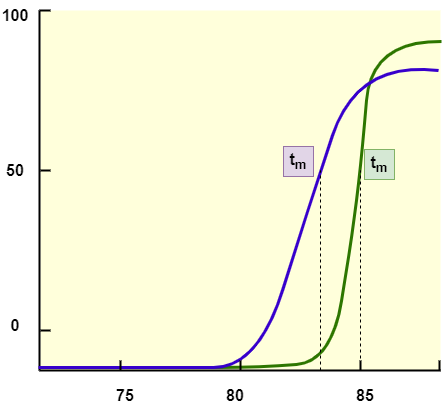
Earlier version of the draw.io export experiment/images/tm_curve.png (virtual-labs/exp-physical-chemical-properties-proteins-dna-iitkgp). Source tidied: cells renumbered, new cells last; positions are measured from the earlier drawing's top-left corner, leaving out a move shared by most shapes. Its diagram source:
```xml
<mxGraphModel>
  <root>
    <mxCell id="0" />
    <mxCell id="1" parent="0" />
    <mxCell id="2" style="rounded=0;whiteSpace=wrap;html=1;fillColor=#ffff88;strokeColor=none;opacity=30;" parent="1" vertex="1">
      <mxGeometry x="40" y="10" width="400" height="360" as="geometry" />
    </mxCell>
    <mxCell id="3" style="endArrow=none;html=1;rounded=0;strokeWidth=2;" parent="1" edge="1">
      <mxGeometry relative="1" as="geometry">
        <mxPoint x="39" y="370" as="sourcePoint" />
        <mxPoint x="39" y="10" as="targetPoint" />
      </mxGeometry>
    </mxCell>
    <mxCell id="4" style="endArrow=none;html=1;rounded=0;strokeWidth=2;" parent="1" edge="1">
      <mxGeometry relative="1" as="geometry">
        <mxPoint x="39" y="370" as="sourcePoint" />
        <mxPoint x="440" y="370" as="targetPoint" />
      </mxGeometry>
    </mxCell>
    <mxCell id="5" style="curved=1;endArrow=none;html=1;rounded=0;endFill=0;fillColor=#60a917;strokeColor=#2D7600;strokeWidth=3;" parent="1" edge="1">
      <mxGeometry relative="1" as="geometry">
        <mxPoint x="41" y="367" as="sourcePoint" />
        <mxPoint x="441" y="41" as="targetPoint" />
        <Array as="points">
          <mxPoint x="171" y="367" />
          <mxPoint x="261" y="367" />
          <mxPoint x="331" y="361" />
          <mxPoint x="351" y="240" />
          <mxPoint x="361" y="160" />
          <mxPoint x="371" y="40" />
        </Array>
      </mxGeometry>
    </mxCell>
    <mxCell id="6" style="curved=1;endArrow=none;html=1;rounded=0;endFill=0;fillColor=#6a00ff;strokeColor=#3700CC;strokeWidth=3;" parent="1" edge="1">
      <mxGeometry relative="1" as="geometry">
        <mxPoint x="38" y="367" as="sourcePoint" />
        <mxPoint x="438" y="70" as="targetPoint" />
        <Array as="points">
          <mxPoint x="168" y="367" />
          <mxPoint x="258" y="367" />
          <mxPoint x="307" y="210" />
          <mxPoint x="357" y="60" />
        </Array>
      </mxGeometry>
    </mxCell>
    <mxCell id="7" style="endArrow=none;html=1;rounded=0;strokeWidth=2;" parent="1" edge="1">
      <mxGeometry relative="1" as="geometry">
        <mxPoint x="39" y="10" as="sourcePoint" />
        <mxPoint x="50" y="10" as="targetPoint" />
      </mxGeometry>
    </mxCell>
    <mxCell id="8" style="endArrow=none;html=1;rounded=0;strokeWidth=2;" parent="1" edge="1">
      <mxGeometry relative="1" as="geometry">
        <mxPoint x="40" y="170" as="sourcePoint" />
        <mxPoint x="50" y="170" as="targetPoint" />
      </mxGeometry>
    </mxCell>
    <mxCell id="9" style="endArrow=none;html=1;rounded=0;strokeWidth=2;" parent="1" edge="1">
      <mxGeometry relative="1" as="geometry">
        <mxPoint x="40" y="330" as="sourcePoint" />
        <mxPoint x="50" y="330" as="targetPoint" />
      </mxGeometry>
    </mxCell>
    <mxCell id="10" style="endArrow=none;html=1;rounded=0;strokeWidth=2;" parent="1" edge="1">
      <mxGeometry relative="1" as="geometry">
        <mxPoint x="120" y="360" as="sourcePoint" />
        <mxPoint x="120" y="370" as="targetPoint" />
      </mxGeometry>
    </mxCell>
    <mxCell id="11" style="endArrow=none;html=1;rounded=0;strokeWidth=2;" parent="1" edge="1">
      <mxGeometry relative="1" as="geometry">
        <mxPoint x="240" y="360" as="sourcePoint" />
        <mxPoint x="240" y="370" as="targetPoint" />
      </mxGeometry>
    </mxCell>
    <mxCell id="12" style="endArrow=none;html=1;rounded=0;strokeWidth=2;" parent="1" edge="1">
      <mxGeometry relative="1" as="geometry">
        <mxPoint x="360" y="360" as="sourcePoint" />
        <mxPoint x="360" y="370" as="targetPoint" />
      </mxGeometry>
    </mxCell>
    <mxCell id="13" style="endArrow=none;html=1;rounded=0;strokeWidth=2;" parent="1" edge="1">
      <mxGeometry relative="1" as="geometry">
        <mxPoint x="439" y="360" as="sourcePoint" />
        <mxPoint x="439" y="370" as="targetPoint" />
      </mxGeometry>
    </mxCell>
    <mxCell id="14" value="&lt;b&gt;&lt;font style=&quot;font-size: 16px;&quot;&gt;50&lt;/font&gt;&lt;/b&gt;" style="text;html=1;strokeColor=none;fillColor=none;align=center;verticalAlign=middle;whiteSpace=wrap;rounded=0;" parent="1" vertex="1">
      <mxGeometry y="155" width="30" height="30" as="geometry" />
    </mxCell>
    <mxCell id="15" value="&lt;b&gt;&lt;font style=&quot;font-size: 16px;&quot;&gt;0&lt;/font&gt;&lt;/b&gt;" style="text;html=1;strokeColor=none;fillColor=none;align=center;verticalAlign=middle;whiteSpace=wrap;rounded=0;" parent="1" vertex="1">
      <mxGeometry y="310" width="30" height="30" as="geometry" />
    </mxCell>
    <mxCell id="16" value="&lt;b&gt;&lt;font style=&quot;font-size: 16px;&quot;&gt;100&lt;/font&gt;&lt;/b&gt;" style="text;html=1;strokeColor=none;fillColor=none;align=center;verticalAlign=middle;whiteSpace=wrap;rounded=0;" parent="1" vertex="1">
      <mxGeometry width="30" height="30" as="geometry" />
    </mxCell>
    <mxCell id="17" value="&lt;b&gt;&lt;font style=&quot;font-size: 16px;&quot;&gt;75&lt;/font&gt;&lt;/b&gt;" style="text;html=1;strokeColor=none;fillColor=none;align=center;verticalAlign=middle;whiteSpace=wrap;rounded=0;" parent="1" vertex="1">
      <mxGeometry x="110" y="380" width="30" height="30" as="geometry" />
    </mxCell>
    <mxCell id="18" value="&lt;b&gt;&lt;font style=&quot;font-size: 16px;&quot;&gt;80&lt;/font&gt;&lt;/b&gt;" style="text;html=1;strokeColor=none;fillColor=none;align=center;verticalAlign=middle;whiteSpace=wrap;rounded=0;" parent="1" vertex="1">
      <mxGeometry x="220" y="380" width="30" height="30" as="geometry" />
    </mxCell>
    <mxCell id="19" value="&lt;b&gt;&lt;font style=&quot;font-size: 16px;&quot;&gt;85&lt;/font&gt;&lt;/b&gt;" style="text;html=1;strokeColor=none;fillColor=none;align=center;verticalAlign=middle;whiteSpace=wrap;rounded=0;" parent="1" vertex="1">
      <mxGeometry x="350" y="380" width="30" height="30" as="geometry" />
    </mxCell>
    <mxCell id="20" style="endArrow=none;dashed=1;html=1;rounded=0;" parent="1" edge="1">
      <mxGeometry relative="1" as="geometry">
        <mxPoint x="320" y="370" as="sourcePoint" />
        <mxPoint x="320" y="170" as="targetPoint" />
      </mxGeometry>
    </mxCell>
    <mxCell id="21" style="endArrow=none;dashed=1;html=1;rounded=0;" parent="1" edge="1">
      <mxGeometry relative="1" as="geometry">
        <mxPoint x="360" y="370" as="sourcePoint" />
        <mxPoint x="360" y="170" as="targetPoint" />
      </mxGeometry>
    </mxCell>
    <mxCell id="22" value="&lt;b&gt;&lt;font style=&quot;font-size: 16px;&quot;&gt;t&lt;sub&gt;m&lt;/sub&gt;&lt;/font&gt;&lt;/b&gt;" style="text;html=1;strokeColor=#9673a6;fillColor=#e1d5e7;align=center;verticalAlign=middle;whiteSpace=wrap;rounded=0;" parent="1" vertex="1">
      <mxGeometry x="283" y="146" width="30" height="30" as="geometry" />
    </mxCell>
    <mxCell id="23" value="&lt;b&gt;&lt;font style=&quot;font-size: 16px;&quot;&gt;t&lt;sub&gt;m&lt;/sub&gt;&lt;/font&gt;&lt;/b&gt;" style="text;html=1;strokeColor=#82b366;fillColor=#d5e8d4;align=center;verticalAlign=middle;whiteSpace=wrap;rounded=0;" parent="1" vertex="1">
      <mxGeometry x="364" y="149" width="30" height="30" as="geometry" />
    </mxCell>
  </root>
</mxGraphModel>
```
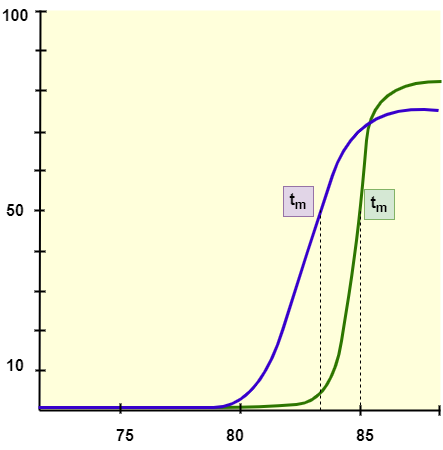
The same file after the commit.

Diff of the diagram source:
```diff
@@ -3,12 +3,12 @@
     <mxCell id="0" />
     <mxCell id="1" parent="0" />
     <mxCell id="2" style="rounded=0;whiteSpace=wrap;html=1;fillColor=#ffff88;strokeColor=none;opacity=30;" parent="1" vertex="1">
-      <mxGeometry x="40" y="10" width="400" height="360" as="geometry" />
+      <mxGeometry x="40" y="-30" width="400" height="400" as="geometry" />
     </mxCell>
     <mxCell id="3" style="endArrow=none;html=1;rounded=0;strokeWidth=2;" parent="1" edge="1">
       <mxGeometry relative="1" as="geometry">
         <mxPoint x="39" y="370" as="sourcePoint" />
-        <mxPoint x="39" y="10" as="targetPoint" />
+        <mxPoint x="40" y="-30" as="targetPoint" />
       </mxGeometry>
     </mxCell>
     <mxCell id="4" style="endArrow=none;html=1;rounded=0;strokeWidth=2;" parent="1" edge="1">
@@ -45,55 +45,52 @@
     </mxCell>
     <mxCell id="7" style="endArrow=none;html=1;rounded=0;strokeWidth=2;" parent="1" edge="1">
       <mxGeometry relative="1" as="geometry">
-        <mxPoint x="39" y="10" as="sourcePoint" />
-        <mxPoint x="50" y="10" as="targetPoint" />
+        <mxPoint x="35" y="10" as="sourcePoint" />
+        <mxPoint x="46" y="10" as="targetPoint" />
       </mxGeometry>
     </mxCell>
     <mxCell id="8" style="endArrow=none;html=1;rounded=0;strokeWidth=2;" parent="1" edge="1">
       <mxGeometry relative="1" as="geometry">
-        <mxPoint x="40" y="170" as="sourcePoint" />
-        <mxPoint x="50" y="170" as="targetPoint" />
+        <mxPoint x="34" y="170" as="sourcePoint" />
+        <mxPoint x="44" y="170" as="targetPoint" />
       </mxGeometry>
     </mxCell>
     <mxCell id="9" style="endArrow=none;html=1;rounded=0;strokeWidth=2;" parent="1" edge="1">
       <mxGeometry relative="1" as="geometry">
-        <mxPoint x="40" y="330" as="sourcePoint" />
-        <mxPoint x="50" y="330" as="targetPoint" />
+        <mxPoint x="35" y="330" as="sourcePoint" />
+        <mxPoint x="45" y="330" as="targetPoint" />
       </mxGeometry>
     </mxCell>
     <mxCell id="10" style="endArrow=none;html=1;rounded=0;strokeWidth=2;" parent="1" edge="1">
       <mxGeometry relative="1" as="geometry">
-        <mxPoint x="120" y="360" as="sourcePoint" />
-        <mxPoint x="120" y="370" as="targetPoint" />
+        <mxPoint x="120" y="363" as="sourcePoint" />
+        <mxPoint x="120" y="373" as="targetPoint" />
       </mxGeometry>
     </mxCell>
     <mxCell id="11" style="endArrow=none;html=1;rounded=0;strokeWidth=2;" parent="1" edge="1">
       <mxGeometry relative="1" as="geometry">
-        <mxPoint x="240" y="360" as="sourcePoint" />
-        <mxPoint x="240" y="370" as="targetPoint" />
+        <mxPoint x="240" y="363" as="sourcePoint" />
+        <mxPoint x="240" y="373" as="targetPoint" />
       </mxGeometry>
     </mxCell>
     <mxCell id="12" style="endArrow=none;html=1;rounded=0;strokeWidth=2;" parent="1" edge="1">
       <mxGeometry relative="1" as="geometry">
-        <mxPoint x="360" y="360" as="sourcePoint" />
-        <mxPoint x="360" y="370" as="targetPoint" />
+        <mxPoint x="360" y="365" as="sourcePoint" />
+        <mxPoint x="360" y="375" as="targetPoint" />
       </mxGeometry>
     </mxCell>
     <mxCell id="13" style="endArrow=none;html=1;rounded=0;strokeWidth=2;" parent="1" edge="1">
       <mxGeometry relative="1" as="geometry">
-        <mxPoint x="439" y="360" as="sourcePoint" />
-        <mxPoint x="439" y="370" as="targetPoint" />
+        <mxPoint x="439" y="365" as="sourcePoint" />
+        <mxPoint x="439" y="375" as="targetPoint" />
       </mxGeometry>
     </mxCell>
     <mxCell id="14" value="&lt;b&gt;&lt;font style=&quot;font-size: 16px;&quot;&gt;50&lt;/font&gt;&lt;/b&gt;" style="text;html=1;strokeColor=none;fillColor=none;align=center;verticalAlign=middle;whiteSpace=wrap;rounded=0;" parent="1" vertex="1">
       <mxGeometry y="155" width="30" height="30" as="geometry" />
     </mxCell>
-    <mxCell id="15" value="&lt;b&gt;&lt;font style=&quot;font-size: 16px;&quot;&gt;0&lt;/font&gt;&lt;/b&gt;" style="text;html=1;strokeColor=none;fillColor=none;align=center;verticalAlign=middle;whiteSpace=wrap;rounded=0;" parent="1" vertex="1">
+    <mxCell id="15" value="&lt;span style=&quot;font-size: 16px;&quot;&gt;&lt;b&gt;10&lt;/b&gt;&lt;/span&gt;" style="text;html=1;strokeColor=none;fillColor=none;align=center;verticalAlign=middle;whiteSpace=wrap;rounded=0;" parent="1" vertex="1">
       <mxGeometry y="310" width="30" height="30" as="geometry" />
     </mxCell>
-    <mxCell id="16" value="&lt;b&gt;&lt;font style=&quot;font-size: 16px;&quot;&gt;100&lt;/font&gt;&lt;/b&gt;" style="text;html=1;strokeColor=none;fillColor=none;align=center;verticalAlign=middle;whiteSpace=wrap;rounded=0;" parent="1" vertex="1">
-      <mxGeometry width="30" height="30" as="geometry" />
-    </mxCell>
     <mxCell id="17" value="&lt;b&gt;&lt;font style=&quot;font-size: 16px;&quot;&gt;75&lt;/font&gt;&lt;/b&gt;" style="text;html=1;strokeColor=none;fillColor=none;align=center;verticalAlign=middle;whiteSpace=wrap;rounded=0;" parent="1" vertex="1">
       <mxGeometry x="110" y="380" width="30" height="30" as="geometry" />
     </mxCell>
@@ -111,8 +108,8 @@
     </mxCell>
     <mxCell id="21" style="endArrow=none;dashed=1;html=1;rounded=0;" parent="1" edge="1">
       <mxGeometry relative="1" as="geometry">
-        <mxPoint x="360" y="370" as="sourcePoint" />
-        <mxPoint x="360" y="170" as="targetPoint" />
+        <mxPoint x="360" y="371" as="sourcePoint" />
+        <mxPoint x="360" y="171" as="targetPoint" />
       </mxGeometry>
     </mxCell>
     <mxCell id="22" value="&lt;b&gt;&lt;font style=&quot;font-size: 16px;&quot;&gt;t&lt;sub&gt;m&lt;/sub&gt;&lt;/font&gt;&lt;/b&gt;" style="text;html=1;strokeColor=#9673a6;fillColor=#e1d5e7;align=center;verticalAlign=middle;whiteSpace=wrap;rounded=0;" parent="1" vertex="1">
@@ -121,5 +118,50 @@
     <mxCell id="23" value="&lt;b&gt;&lt;font style=&quot;font-size: 16px;&quot;&gt;t&lt;sub&gt;m&lt;/sub&gt;&lt;/font&gt;&lt;/b&gt;" style="text;html=1;strokeColor=#82b366;fillColor=#d5e8d4;align=center;verticalAlign=middle;whiteSpace=wrap;rounded=0;" parent="1" vertex="1">
       <mxGeometry x="364" y="149" width="30" height="30" as="geometry" />
     </mxCell>
+    <mxCell id="24" style="endArrow=none;html=1;rounded=0;strokeWidth=2;" parent="1" edge="1">
+      <mxGeometry relative="1" as="geometry">
+        <mxPoint x="35" y="-29" as="sourcePoint" />
+        <mxPoint x="46" y="-29" as="targetPoint" />
+      </mxGeometry>
+    </mxCell>
+    <mxCell id="16" value="&lt;b&gt;&lt;font style=&quot;font-size: 16px;&quot;&gt;100&lt;/font&gt;&lt;/b&gt;" style="text;html=1;strokeColor=none;fillColor=none;align=center;verticalAlign=middle;whiteSpace=wrap;rounded=0;" parent="1" vertex="1">
+      <mxGeometry y="-40" width="30" height="30" as="geometry" />
+    </mxCell>
+    <mxCell id="25" style="endArrow=none;html=1;rounded=0;strokeWidth=2;" parent="1" edge="1">
+      <mxGeometry relative="1" as="geometry">
+        <mxPoint x="35" y="50" as="sourcePoint" />
+        <mxPoint x="46" y="50" as="targetPoint" />
+      </mxGeometry>
+    </mxCell>
+    <mxCell id="26" style="endArrow=none;html=1;rounded=0;strokeWidth=2;" parent="1" edge="1">
+      <mxGeometry relative="1" as="geometry">
+        <mxPoint x="34" y="92" as="sourcePoint" />
+        <mxPoint x="45" y="92" as="targetPoint" />
+      </mxGeometry>
+    </mxCell>
+    <mxCell id="27" style="endArrow=none;html=1;rounded=0;strokeWidth=2;" parent="1" edge="1">
+      <mxGeometry relative="1" as="geometry">
+        <mxPoint x="34" y="130" as="sourcePoint" />
+        <mxPoint x="45" y="130" as="targetPoint" />
+      </mxGeometry>
+    </mxCell>
+    <mxCell id="28" style="endArrow=none;html=1;rounded=0;strokeWidth=2;" parent="1" edge="1">
+      <mxGeometry relative="1" as="geometry">
+        <mxPoint x="34" y="211" as="sourcePoint" />
+        <mxPoint x="45" y="211" as="targetPoint" />
+      </mxGeometry>
+    </mxCell>
+    <mxCell id="29" style="endArrow=none;html=1;rounded=0;strokeWidth=2;" parent="1" edge="1">
+      <mxGeometry relative="1" as="geometry">
+        <mxPoint x="34" y="251" as="sourcePoint" />
+        <mxPoint x="45" y="251" as="targetPoint" />
+      </mxGeometry>
+    </mxCell>
+    <mxCell id="30" style="endArrow=none;html=1;rounded=0;strokeWidth=2;" parent="1" edge="1">
+      <mxGeometry relative="1" as="geometry">
+        <mxPoint x="34" y="290" as="sourcePoint" />
+        <mxPoint x="45" y="290" as="targetPoint" />
+      </mxGeometry>
+    </mxCell>
   </root>
 </mxGraphModel>
```
